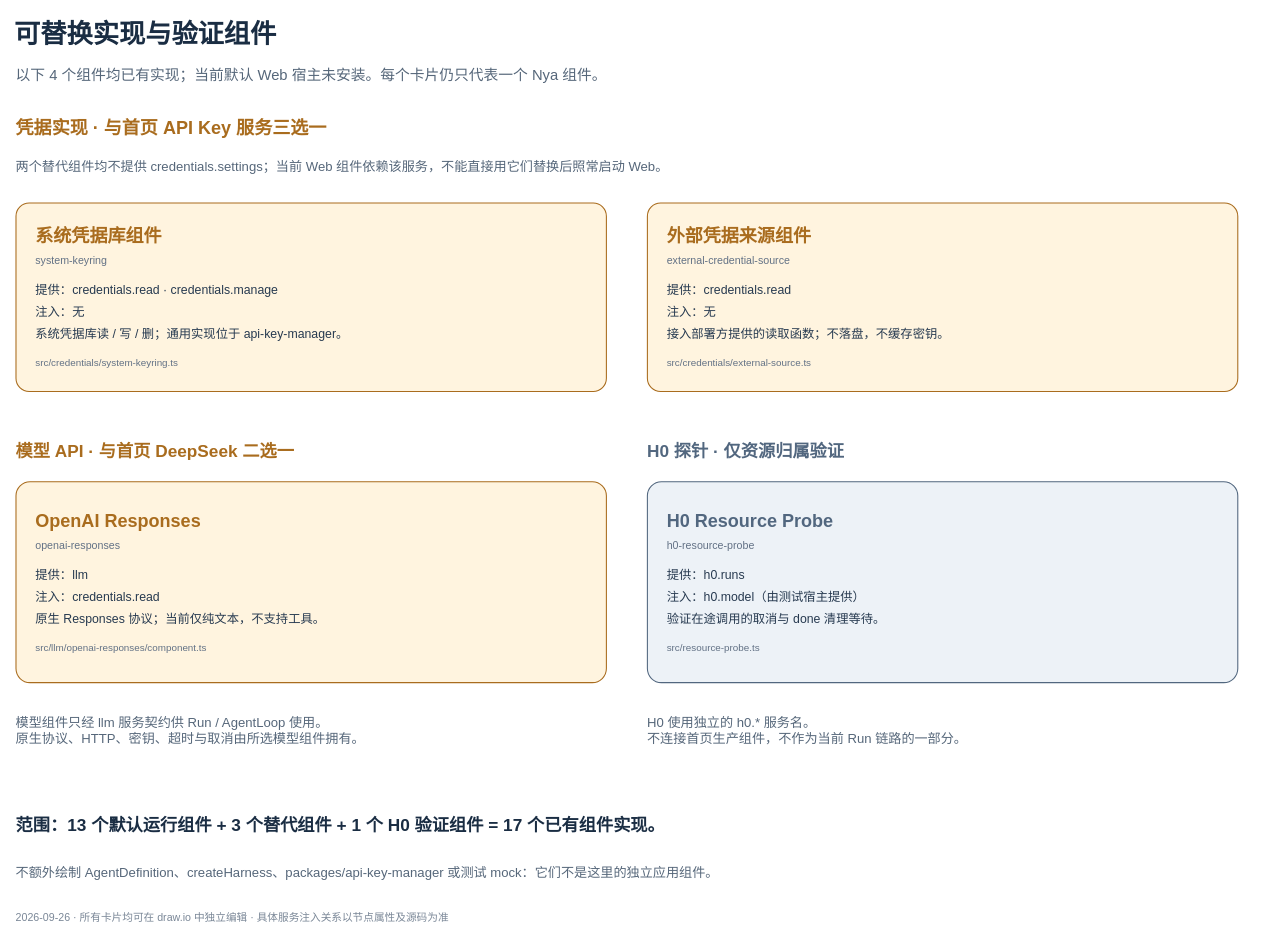
This is page "02 · 替代实现与 H0（2）" (2 of 2) of docs/architecture/anybox-components.drawio from fanfan-de/AnyboxV2, a draw.io file, before an edit. Source tidied: cells renumbered, new cells numbered last; positions are measured from the earlier drawing's top-left corner, leaving out a move shared by most shapes. Both pictures are drawn from the tidied source at 82%, with x=0, y=0 at pixel (14, 14).
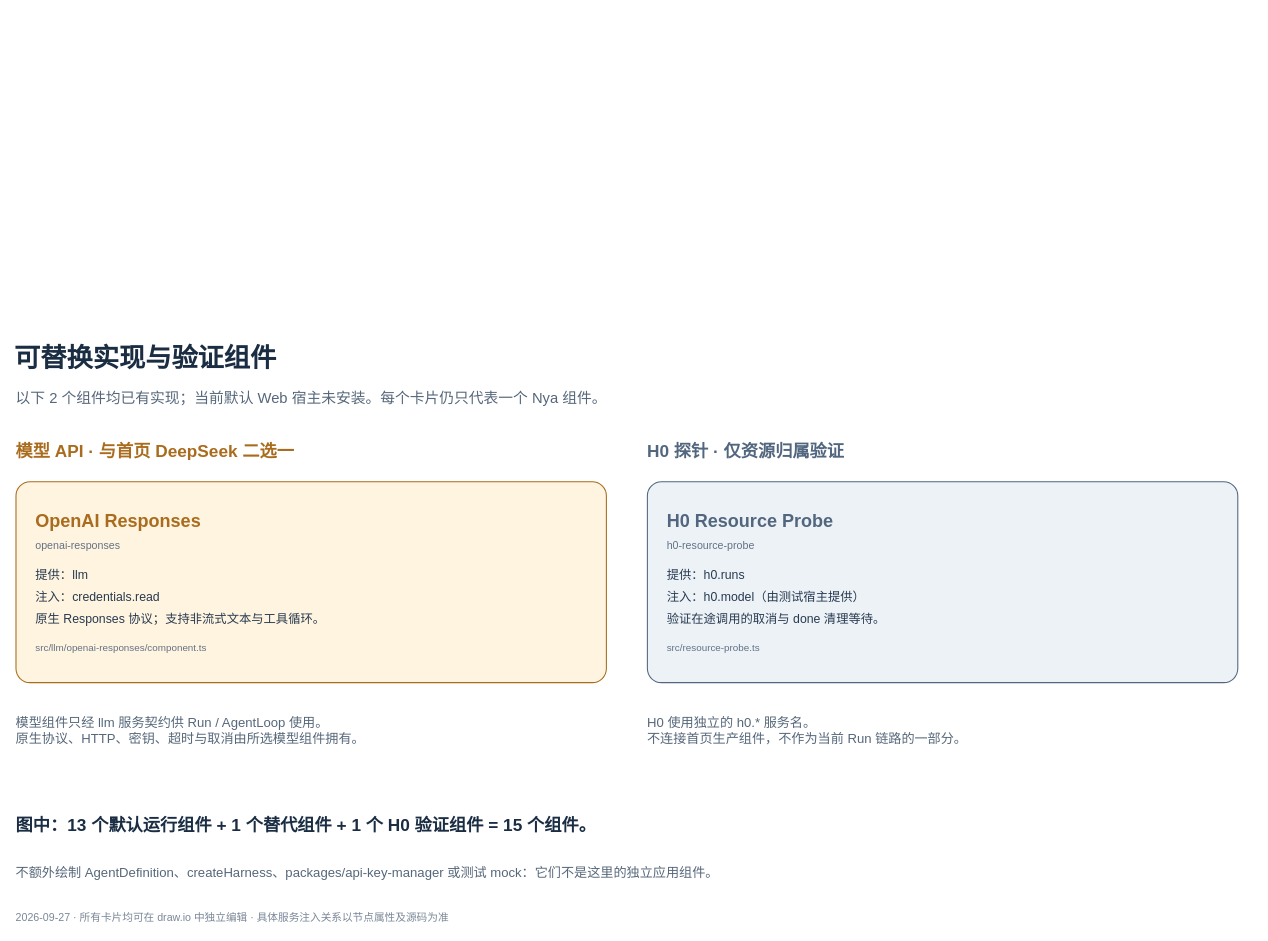
The same page after the edit.

What changed in the source:
```diff
@@
 <mxGraphModel background="#FFFFFF">
   <root>
     <mxCell id="0" />
     <mxCell id="1" parent="0" />
     <mxCell id="2" value="可替换实现与验证组件" style="text;html=1;whiteSpace=wrap;strokeColor=none;fillColor=none;align=left;verticalAlign=middle;fontFamily=Helvetica;fontSize=32;fontColor=#1A2D43;fontStyle=1;spacing=0;" parent="1" vertex="1">
-      <mxGeometry width="1400" height="50" as="geometry" />
+      <mxGeometry y="394" width="1400" height="50" as="geometry" />
     </mxCell>
-    <mxCell id="3" value="以下 4 个组件均已有实现；当前默认 Web 宿主未安装。每个卡片仍只代表一个 Nya 组件。" style="text;html=1;whiteSpace=wrap;strokeColor=none;fillColor=none;align=left;verticalAlign=middle;fontFamily=Helvetica;fontSize=18;fontColor=#56677A;fontStyle=0;spacing=0;" parent="1" vertex="1">
-      <mxGeometry x="2" y="59" width="1490" height="30" as="geometry" />
+    <mxCell id="3" value="以下 2 个组件均已有实现；当前默认 Web 宿主未安装。每个卡片仍只代表一个 Nya 组件。" style="text;html=1;whiteSpace=wrap;strokeColor=none;fillColor=none;align=left;verticalAlign=middle;fontFamily=Helvetica;fontSize=18;fontColor=#56677A;fontStyle=0;spacing=0;" parent="1" vertex="1">
+      <mxGeometry x="2" y="453" width="1490" height="30" as="geometry" />
     </mxCell>
-    <mxCell id="4" value="凭据实现  ·  与首页 API Key 服务三选一" style="text;html=1;whiteSpace=wrap;strokeColor=none;fillColor=none;align=left;verticalAlign=middle;fontFamily=Helvetica;fontSize=22;fontColor=#A96C1E;fontStyle=1;spacing=0;" parent="1" vertex="1">
-      <mxGeometry x="2" y="121" width="1450" height="36" as="geometry" />
-    </mxCell>
-    <mxCell id="5" value="两个替代组件均不提供 credentials.settings；当前 Web 组件依赖该服务，不能直接用它们替换后照常启动 Web。" style="text;html=1;whiteSpace=wrap;strokeColor=none;fillColor=none;align=left;verticalAlign=middle;fontFamily=Helvetica;fontSize=16;fontColor=#56677A;fontStyle=0;spacing=0;" parent="1" vertex="1">
-      <mxGeometry x="2" y="170" width="1490" height="32" as="geometry" />
-    </mxCell>
-    <mxCell id="6" value="&lt;div style=&quot;font-size:22px;font-weight:700;color:#A96C1E;margin-bottom:8px;&quot;&gt;系统凭据库组件&lt;/div&gt;&lt;div style=&quot;font-size:13px;color:#627185;&quot;&gt;system-keyring&lt;/div&gt;&lt;div style=&quot;font-size:15px;line-height:1.8;color:#273A50;margin-top:14px;&quot;&gt;提供：credentials.read · credentials.manage&lt;br&gt;注入：无&lt;br&gt;系统凭据库读 / 写 / 删；通用实现位于 api-key-manager。&lt;/div&gt;&lt;div style=&quot;font-size:12px;color:#627185;margin-top:15px;&quot;&gt;src/credentials/system-keyring.ts&lt;/div&gt;" style="rounded=1;arcSize=7;whiteSpace=wrap;html=1;fillColor=#FFF4DF;strokeColor=#A96C1E;strokeWidth=1.3;fontFamily=Helvetica;align=left;verticalAlign=middle;spacing=24;shadow=0;" parent="1" vertex="1">
-      <mxGeometry x="2" y="230" width="720" height="230" as="geometry" />
-    </mxCell>
-    <mxCell id="7" value="&lt;div style=&quot;font-size:22px;font-weight:700;color:#A96C1E;margin-bottom:8px;&quot;&gt;外部凭据来源组件&lt;/div&gt;&lt;div style=&quot;font-size:13px;color:#627185;&quot;&gt;external-credential-source&lt;/div&gt;&lt;div style=&quot;font-size:15px;line-height:1.8;color:#273A50;margin-top:14px;&quot;&gt;提供：credentials.read&lt;br&gt;注入：无&lt;br&gt;接入部署方提供的读取函数；不落盘，不缓存密钥。&lt;/div&gt;&lt;div style=&quot;font-size:12px;color:#627185;margin-top:15px;&quot;&gt;src/credentials/external-source.ts&lt;/div&gt;" style="rounded=1;arcSize=7;whiteSpace=wrap;html=1;fillColor=#FFF4DF;strokeColor=#A96C1E;strokeWidth=1.3;fontFamily=Helvetica;align=left;verticalAlign=middle;spacing=24;shadow=0;" parent="1" vertex="1">
-      <mxGeometry x="772" y="230" width="720" height="230" as="geometry" />
-    </mxCell>
     <mxCell id="8" value="模型 API  ·  与首页 DeepSeek 二选一" style="text;html=1;whiteSpace=wrap;strokeColor=none;fillColor=none;align=left;verticalAlign=middle;fontFamily=Helvetica;fontSize=21;fontColor=#A96C1E;fontStyle=1;spacing=0;" parent="1" vertex="1">
       <mxGeometry x="2" y="514" width="740" height="36" as="geometry" />
     </mxCell>
     <mxCell id="9" value="H0 探针  ·  仅资源归属验证" style="text;html=1;whiteSpace=wrap;strokeColor=none;fillColor=none;align=left;verticalAlign=middle;fontFamily=Helvetica;fontSize=21;fontColor=#52677F;fontStyle=1;spacing=0;" parent="1" vertex="1">
       <mxGeometry x="772" y="514" width="740" height="36" as="geometry" />
     </mxCell>
-    <mxCell id="10" value="&lt;div style=&quot;font-size:22px;font-weight:700;color:#A96C1E;margin-bottom:8px;&quot;&gt;OpenAI Responses&lt;/div&gt;&lt;div style=&quot;font-size:13px;color:#627185;&quot;&gt;openai-responses&lt;/div&gt;&lt;div style=&quot;font-size:15px;line-height:1.8;color:#273A50;margin-top:14px;&quot;&gt;提供：llm&lt;br&gt;注入：credentials.read&lt;br&gt;原生 Responses 协议；当前仅纯文本，不支持工具。&lt;/div&gt;&lt;div style=&quot;font-size:12px;color:#627185;margin-top:15px;&quot;&gt;src/llm/openai-responses/component.ts&lt;/div&gt;" style="rounded=1;arcSize=7;whiteSpace=wrap;html=1;fillColor=#FFF4DF;strokeColor=#A96C1E;strokeWidth=1.3;fontFamily=Helvetica;align=left;verticalAlign=middle;spacing=24;shadow=0;" parent="1" vertex="1">
+    <mxCell id="10" value="&lt;div style=&quot;font-size:22px;font-weight:700;color:#A96C1E;margin-bottom:8px;&quot;&gt;OpenAI Responses&lt;/div&gt;&lt;div style=&quot;font-size:13px;color:#627185;&quot;&gt;openai-responses&lt;/div&gt;&lt;div style=&quot;font-size:15px;line-height:1.8;color:#273A50;margin-top:14px;&quot;&gt;提供：llm&lt;br&gt;注入：credentials.read&lt;br&gt;原生 Responses 协议；支持非流式文本与工具循环。&lt;/div&gt;&lt;div style=&quot;font-size:12px;color:#627185;margin-top:15px;&quot;&gt;src/llm/openai-responses/component.ts&lt;/div&gt;" style="rounded=1;arcSize=7;whiteSpace=wrap;html=1;fillColor=#FFF4DF;strokeColor=#A96C1E;strokeWidth=1.3;fontFamily=Helvetica;align=left;verticalAlign=middle;spacing=24;shadow=0;" parent="1" vertex="1">
       <mxGeometry x="2" y="570" width="720" height="245" as="geometry" />
     </mxCell>
     <mxCell id="11" value="&lt;div style=&quot;font-size:22px;font-weight:700;color:#52677F;margin-bottom:8px;&quot;&gt;H0 Resource Probe&lt;/div&gt;&lt;div style=&quot;font-size:13px;color:#627185;&quot;&gt;h0-resource-probe&lt;/div&gt;&lt;div style=&quot;font-size:15px;line-height:1.8;color:#273A50;margin-top:14px;&quot;&gt;提供：h0.runs&lt;br&gt;注入：h0.model（由测试宿主提供）&lt;br&gt;验证在途调用的取消与 done 清理等待。&lt;/div&gt;&lt;div style=&quot;font-size:12px;color:#627185;margin-top:15px;&quot;&gt;src/resource-probe.ts&lt;/div&gt;" style="rounded=1;arcSize=7;whiteSpace=wrap;html=1;fillColor=#EDF2F7;strokeColor=#52677F;strokeWidth=1.3;fontFamily=Helvetica;align=left;verticalAlign=middle;spacing=24;shadow=0;" parent="1" vertex="1">
       <mxGeometry x="772" y="570" width="720" height="245" as="geometry" />
     </mxCell>
     <mxCell id="12" value="模型组件只经 llm 服务契约供 Run / AgentLoop 使用。&lt;br&gt;原生协议、HTTP、密钥、超时与取消由所选模型组件拥有。" style="text;html=1;whiteSpace=wrap;strokeColor=none;fillColor=none;align=left;verticalAlign=middle;fontFamily=Helvetica;fontSize=16;fontColor=#56677A;fontStyle=0;spacing=0;" parent="1" vertex="1">
       <mxGeometry x="2" y="841" width="730" height="64" as="geometry" />
     </mxCell>
     <mxCell id="13" value="H0 使用独立的 h0.* 服务名。&lt;br&gt;不连接首页生产组件，不作为当前 Run 链路的一部分。" style="text;html=1;whiteSpace=wrap;strokeColor=none;fillColor=none;align=left;verticalAlign=middle;fontFamily=Helvetica;fontSize=16;fontColor=#56677A;fontStyle=0;spacing=0;" parent="1" vertex="1">
       <mxGeometry x="772" y="841" width="730" height="64" as="geometry" />
     </mxCell>
-    <mxCell id="14" value="范围：13 个默认运行组件 + 3 个替代组件 + 1 个 H0 验证组件 = 17 个已有组件实现。" style="text;html=1;whiteSpace=wrap;strokeColor=none;fillColor=none;align=left;verticalAlign=middle;fontFamily=Helvetica;fontSize=21;fontColor=#1A2D43;fontStyle=1;spacing=0;" parent="1" vertex="1">
+    <mxCell id="14" value="图中：13 个默认运行组件 + 1 个替代组件 + 1 个 H0 验证组件 = 15 个组件。" style="text;html=1;whiteSpace=wrap;strokeColor=none;fillColor=none;align=left;verticalAlign=middle;fontFamily=Helvetica;fontSize=21;fontColor=#1A2D43;fontStyle=1;spacing=0;" parent="1" vertex="1">
       <mxGeometry x="2" y="968" width="1500" height="40" as="geometry" />
     </mxCell>
     <mxCell id="15" value="不额外绘制 AgentDefinition、createHarness、packages/api-key-manager 或测试 mock：它们不是这里的独立应用组件。" style="text;html=1;whiteSpace=wrap;strokeColor=none;fillColor=none;align=left;verticalAlign=middle;fontFamily=Helvetica;fontSize=16;fontColor=#56677A;fontStyle=0;spacing=0;" parent="1" vertex="1">
       <mxGeometry x="2" y="1029" width="1490" height="35" as="geometry" />
     </mxCell>
-    <mxCell id="16" value="2026-09-26 · 所有卡片均可在 draw.io 中独立编辑 · 具体服务注入关系以节点属性及源码为准" style="text;html=1;whiteSpace=wrap;strokeColor=none;fillColor=none;align=left;verticalAlign=middle;fontFamily=Helvetica;fontSize=13;fontColor=#7A8797;fontStyle=0;spacing=0;" parent="1" vertex="1">
+    <mxCell id="16" value="2026-09-27 · 所有卡片均可在 draw.io 中独立编辑 · 具体服务注入关系以节点属性及源码为准" style="text;html=1;whiteSpace=wrap;strokeColor=none;fillColor=none;align=left;verticalAlign=middle;fontFamily=Helvetica;fontSize=13;fontColor=#7A8797;fontStyle=0;spacing=0;" parent="1" vertex="1">
       <mxGeometry x="2" y="1088" width="1490" height="25" as="geometry" />
     </mxCell>
   </root>
 </mxGraphModel>
```
